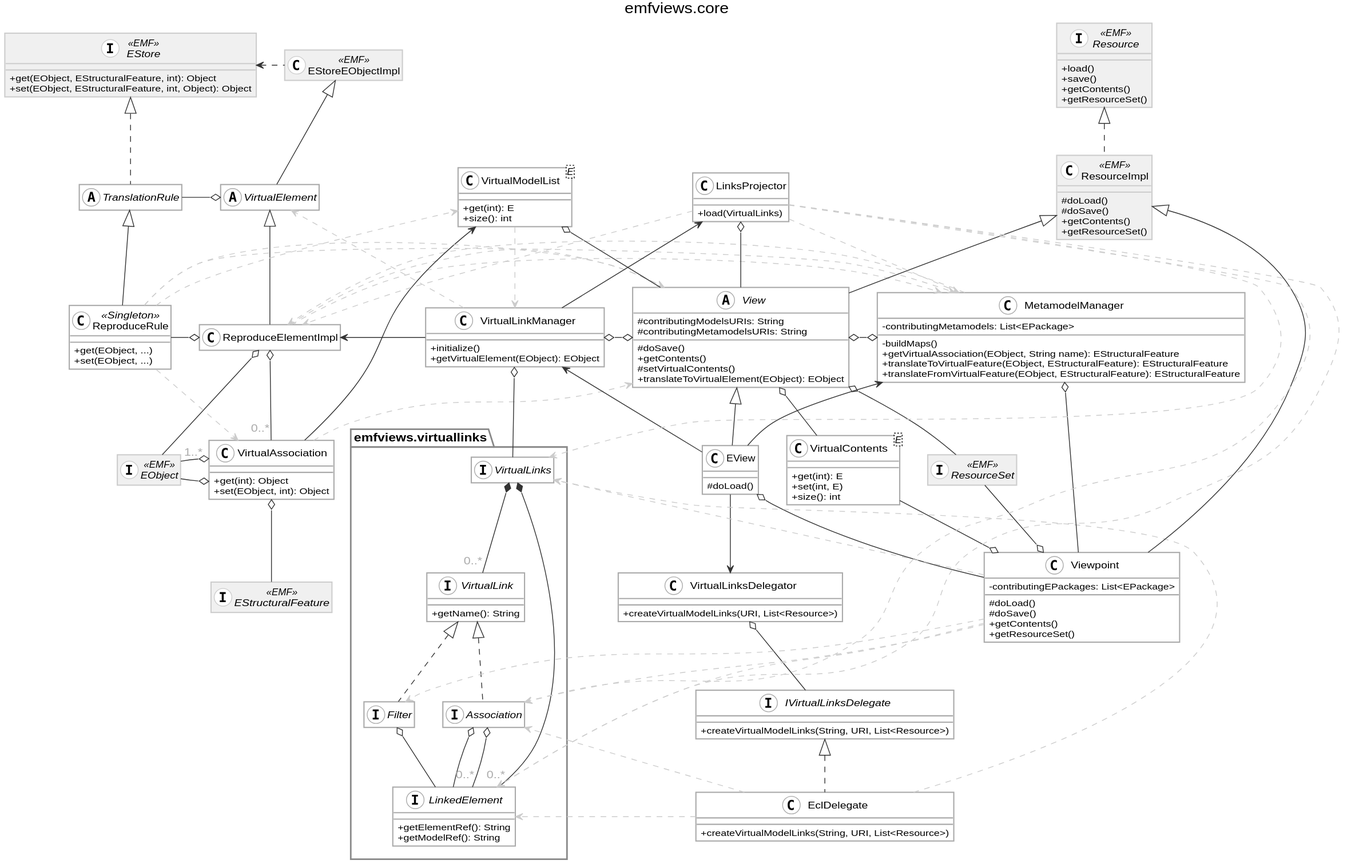
Before: doc/emfviews-class-diagram.svg, a diagram exported from PlantUML (fmdkdd/monoge).
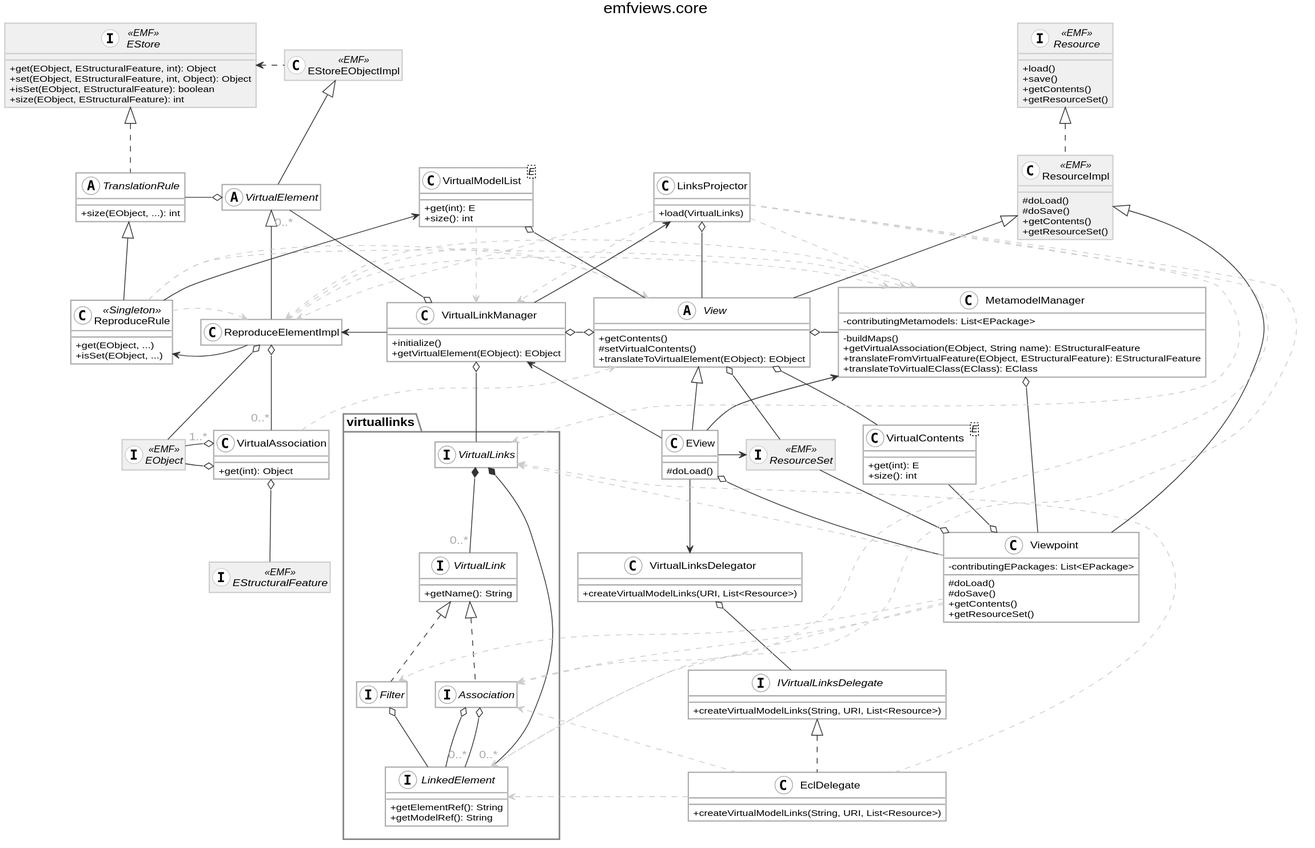
After the commit.

Commit message:
Adjust class diagram with coverage data

Some attributes/methods are not actually used by the tests, so the class diagram
reflects that now.

Change to the diagram source:
```diff
@@ -49,6 +49,8 @@
 interface EStore <<EMF>> {
   +get(EObject, EStructuralFeature, int): Object
   +set(EObject, EStructuralFeature, int, Object): Object
+  +isSet(EObject, EStructuralFeature): boolean
+  +size(EObject, EStructuralFeature): int
 }
 
 interface EObject <<EMF>> {
@@ -69,7 +71,7 @@
 EStoreEObjectImpl .left> EStore
 
 
-package emfviews.virtuallinks {
+package virtuallinks {
 
   interface VirtualLinks {
   }
@@ -116,15 +118,15 @@
 
 class VirtualAssociation {
   +get(int): Object
-  +set(EObject, int): Object
 }
 
 abstract class TranslationRule {
+  +size(EObject, ...): int
 }
 
 class ReproduceRule <<Singleton>> {
   +get(EObject, ...)
-  +set(EObject, ...)
+  +isSet(EObject, ...)
 }
 
 class VirtualModelList<E> {
@@ -135,7 +137,6 @@
 
 hide VirtualElement members
 hide ReproduceElementImpl members
-hide TranslationRule members
 
 EStoreEObjectImpl <|-- VirtualElement
 VirtualElement <|-- ReproduceElementImpl
@@ -143,7 +144,7 @@
 
 ReproduceElementImpl o-- "0..*" VirtualAssociation /' : virtualAssociations '/
 ReproduceElementImpl o-- EObject                   /' : concreteElement '/
-ReproduceElementImpl o-left ReproduceRule          /' : translationRule '/
+ReproduceElementImpl -left-> ReproduceRule         /' : translationRule '/
 ReproduceElementImpl .[norank,#ccc].> View
 ReproduceElementImpl .[norank,#ccc].> MetamodelManager
 
@@ -151,15 +152,15 @@
 VirtualAssociation o-left "1..*" EObject     /' : referencedElements '/
 VirtualAssociation o-- EStructuralFeature /' : virtualFeature '/
 VirtualAssociation .[norank,#ccc].> View
-VirtualAssociation -[norank]-> VirtualModelList
 
 EStore <|.. TranslationRule
 TranslationRule <|-- ReproduceRule
 
 ReproduceRule .[norank,#ccc].> View
 ReproduceRule .[norank,#ccc].> MetamodelManager
-ReproduceRule .[norank,#ccc].> VirtualModelList
-ReproduceRule .[norank,#ccc].> VirtualAssociation
+ReproduceRule -[norank]-> VirtualModelList
+ReproduceRule -[norank,hidden]-> VirtualAssociation
+ReproduceRule .[norank,#ccc].> ReproduceElementImpl
 
 VirtualModelList o-- View   /' : virtualModel '/
 VirtualModelList .[#ccc].> VirtualLinkManager
@@ -168,9 +169,6 @@
 
 
 abstract class View {
-  #contributingModelsURIs: String
-  #contributingMetamodelsURIs: String
-  #doSave()
   +getContents()
   #setVirtualContents()
   +translateToVirtualElement(EObject): EObject
@@ -197,8 +195,8 @@
   -contributingMetamodels: List<EPackage>
   -buildMaps()
   +getVirtualAssociation(EObject, String name): EStructuralFeature
-  +translateToVirtualFeature(EObject, EStructuralFeature): EStructuralFeature
   +translateFromVirtualFeature(EObject, EStructuralFeature): EStructuralFeature
+  +translateToVirtualEClass(EClass): EClass
 }
 
 class LinksProjector {
@@ -220,14 +218,13 @@
 
 class VirtualContents<E> {
   +get(int): E
-  +set(int, E)
   +size(): int
 }
 
 
 ResourceImpl <|-- View
 VirtualLinkManager o-o View
-View o-o MetamodelManager
+View o- MetamodelManager
 View o-- VirtualContents
 View o-- ResourceSet
 
@@ -236,6 +233,7 @@
 EView -[norank]-> VirtualLinkManager
 EView -[norank]-> MetamodelManager
 EView --> VirtualLinksDelegator
+EView -> ResourceSet
 
 VirtualLinksDelegator o-- IVirtualLinksDelegate
 
@@ -259,7 +257,7 @@
 VirtualLinkManager o-- VirtualLinks /' weavingModel '/
 VirtualLinkManager -[norank]-> ReproduceElementImpl
 VirtualLinkManager -[norank]-> LinksProjector
-VirtualLinkManager .[norank,#ccc]> VirtualElement
+VirtualLinkManager o-[norank]- "0..*" VirtualElement
 
 
 LinksProjector o-- View     /'virtualModel '/
@@ -268,8 +266,8 @@
 LinksProjector .[norank,#ccc].> Association
 LinksProjector .[norank,#ccc].> LinkedElement
 LinksProjector .[norank,#ccc].> ReproduceElementImpl
+LinksProjector .[norank,#ccc].> VirtualLinkManager
 
-EView -[hidden]> VirtualContents
-VirtualContents -[hidden]> ResourceSet
+ResourceSet -[hidden]> VirtualContents
 
 @enduml
```
